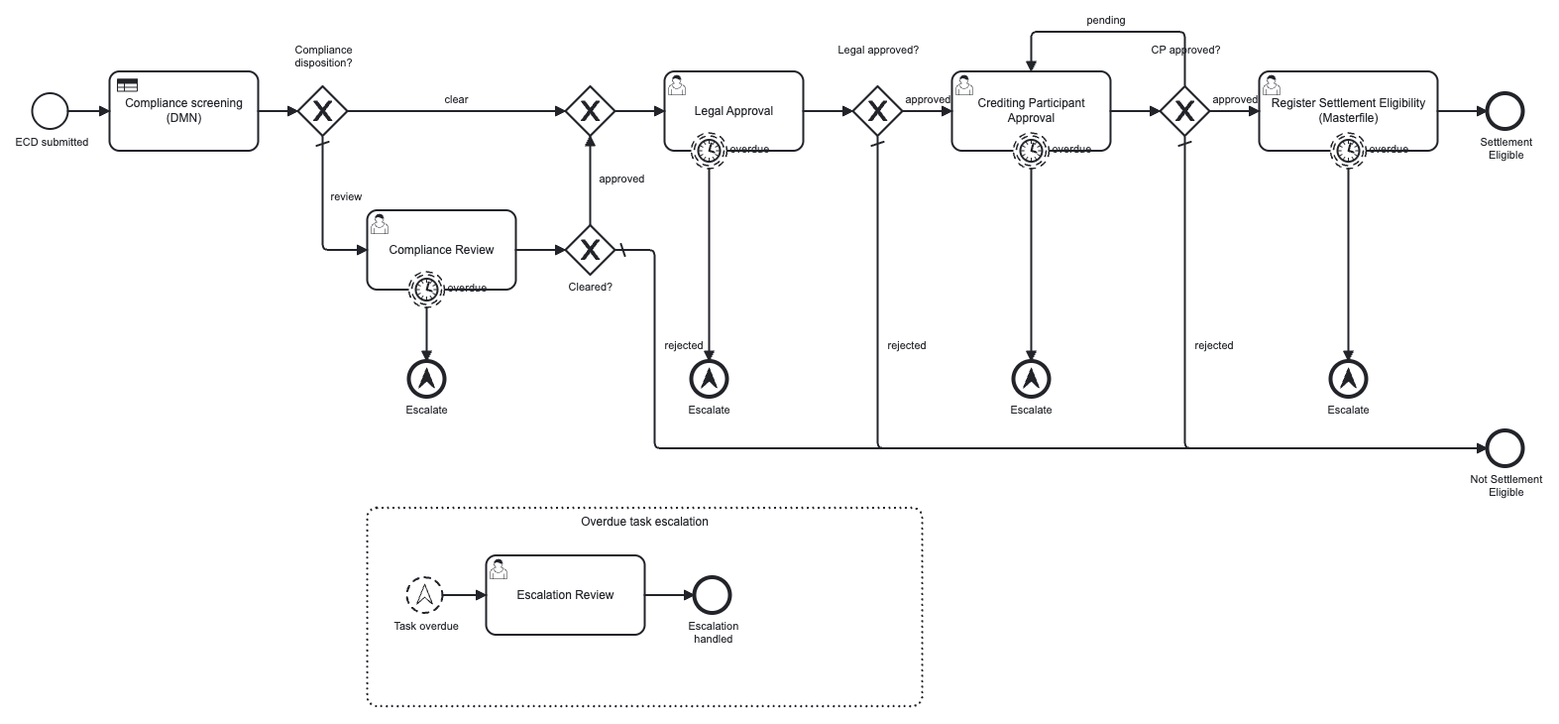
Before: docs/images/settlement-eligibility.png, a diagram exported from BPMN (zishan-c8academy/underwriting-issuance-lifecycle). Its source is kept beside it as bpmn/settlement-eligibility.bpmn. Ids are renumbered.
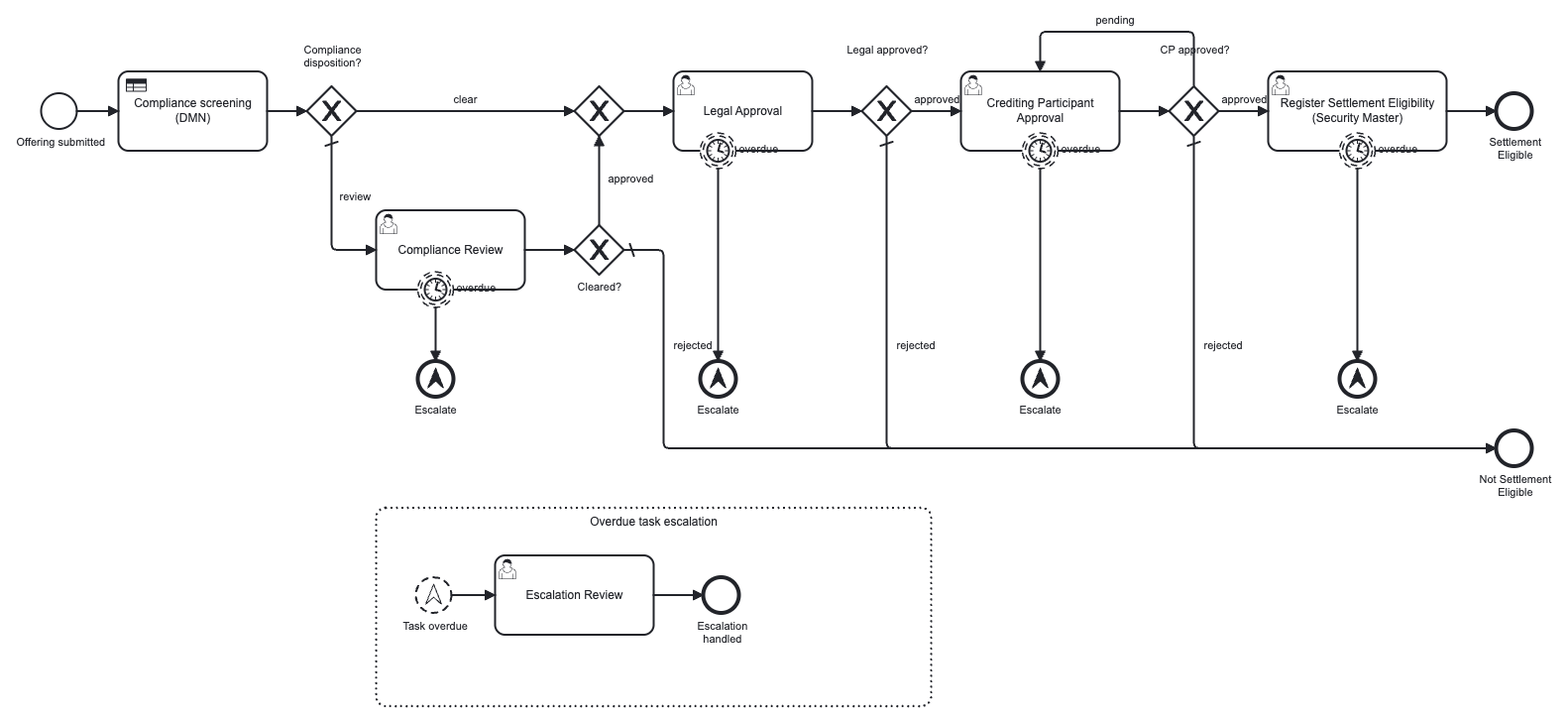
The same diagram one commit later.

The edit, as a diff of the source:
```diff
@@ -1,8 +1,8 @@
 <bpmn:definitions xmlns:bpmn="http://www.omg.org/spec/BPMN/20100524/MODEL" xmlns:bpmndi="http://www.omg.org/spec/BPMN/20100524/DI" xmlns:dc="http://www.omg.org/spec/DD/20100524/DC" xmlns:zeebe="http://camunda.org/schema/zeebe/1.0" xmlns:di="http://www.omg.org/spec/DD/20100524/DI" xmlns:xsi="http://www.w3.org/2001/XMLSchema-instance" xmlns:modeler="http://camunda.org/schema/modeler/1.0" id="Definitions_SettlementEligibility" targetNamespace="http://bpmn.io/schema/bpmn" exporter="Camunda Modeler" exporterVersion="5.x" modeler:executionPlatform="Camunda Cloud" modeler:executionPlatformVersion="8.7.0">
   <bpmn:process id="SettlementEligibility" name="Settlement Eligibility (approvals)" isExecutable="true">
-    <bpmn:documentation>Approvals required for a security to achieve Settlement Eligibility. The issuer name and country are screened against the compliance list by a DMN decision; anything the rules cannot clear goes to a compliance officer. Legal and the Crediting Participant then approve in turn, and the security is registered on the Masterfile. Every approval task is watched by a non-interrupting timer: if a task is overdue it raises an escalation that one shared event sub-process turns into a supervisor task, without disturbing the task itself.</bpmn:documentation>
+    <bpmn:documentation>Approvals required for a security to achieve Settlement Eligibility. The issuer name and country are screened against the compliance list by a DMN decision; anything the rules cannot clear goes to a compliance officer. Legal and the Crediting Participant then approve in turn, and the security is registered on the security master. Every approval task is watched by a non-interrupting timer: if a task is overdue it raises an escalation that one shared event sub-process turns into a supervisor task, without disturbing the task itself.</bpmn:documentation>
 
-    <bpmn:startEvent id="Start_SE" name="ECD submitted">
+    <bpmn:startEvent id="Start_SE" name="Offering submitted">
       <bpmn:outgoing>Flow_s1</bpmn:outgoing>
     </bpmn:startEvent>
     <bpmn:sequenceFlow id="Flow_s1" sourceRef="Start_SE" targetRef="Task_ComplianceScreening" />
@@ -138,9 +138,9 @@
     </bpmn:sequenceFlow>
     <bpmn:sequenceFlow id="Flow_cp_rejected" name="rejected" sourceRef="Gateway_CPApproved" targetRef="End_NotEligible" />
 
-    <!-- ══════ Settlement Eligibility: register on the Masterfile ══════ -->
-    <bpmn:userTask id="Task_RegisterSE" name="Register Settlement Eligibility (Masterfile)">
-      <bpmn:documentation>Settlement Eligibility is achieved: the CUSIP is officially added to the Masterfile. Modeled as a human confirmation so the example runs with no custom code; point this at your Masterfile system with a REST connector to automate it.</bpmn:documentation>
+    <!-- ══════ Settlement Eligibility: register on the security master ══════ -->
+    <bpmn:userTask id="Task_RegisterSE" name="Register Settlement Eligibility (Security Master)">
+      <bpmn:documentation>Settlement Eligibility is achieved: the CUSIP is officially added to the security master. Modeled as a human confirmation so the example runs with no custom code; point this at your security master system with a REST connector to automate it.</bpmn:documentation>
       <bpmn:extensionElements>
         <zeebe:userTask />
         <zeebe:formDefinition formId="register-settlement-eligibility" bindingType="latest" />
```
